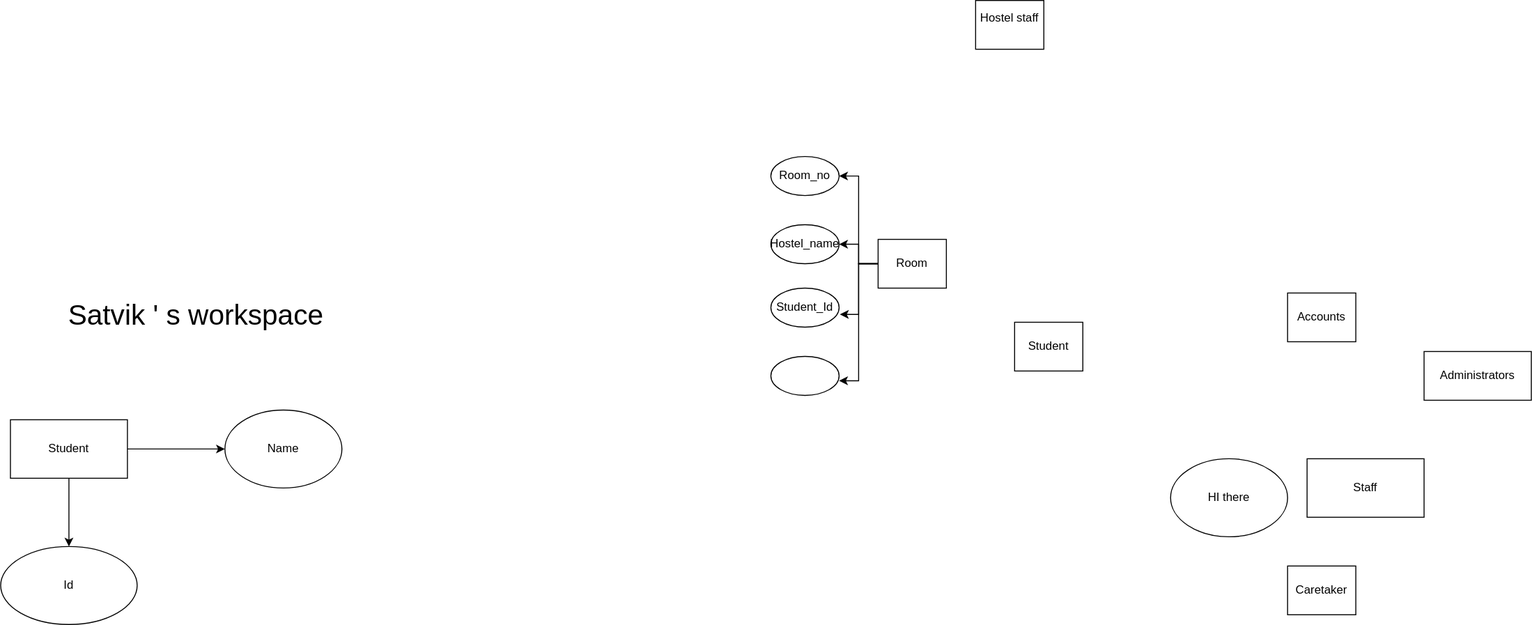
This is hostel_management.drawio.svg from Zeven100/hostel_management, a draw.io export, as it was before one commit. Source tidied: cells renumbered, new cells last; positions are measured from the earlier drawing's top-left corner, leaving out a move shared by most shapes.
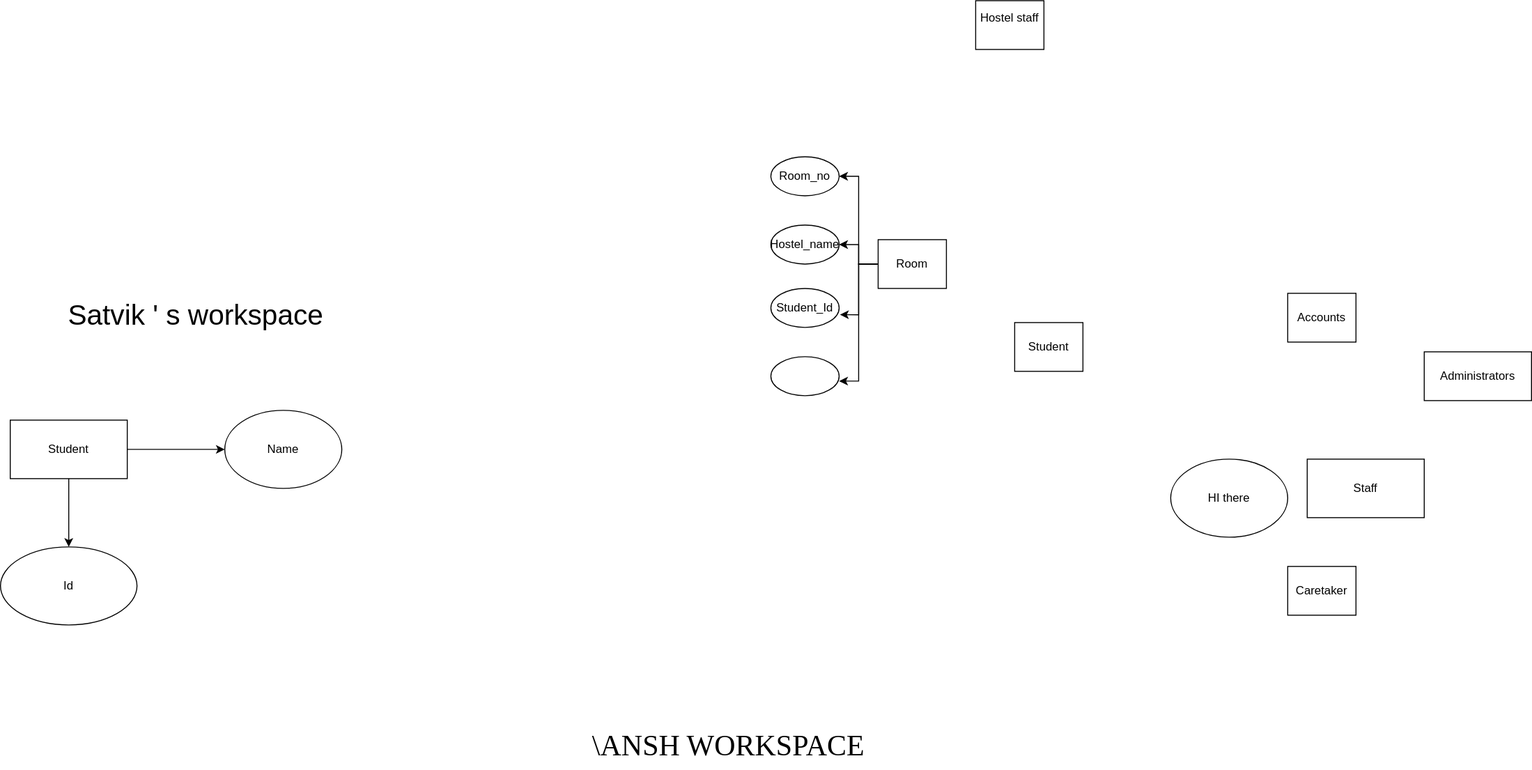
After the commit.

Diff of the diagram source:
```diff
@@ -68,5 +68,8 @@
     <mxCell id="23" value="Id" style="ellipse;whiteSpace=wrap;html=1;rounded=0;" parent="1" vertex="1">
       <mxGeometry y="560" width="140" height="80" as="geometry" />
     </mxCell>
+    <mxCell id="24" value="\ANSH WORKSPACE&amp;nbsp;" style="text;html=1;align=center;verticalAlign=middle;strokeColor=none;fillColor=none;fontSize=30;fontFamily=Lucida Console;" parent="1" vertex="1">
+      <mxGeometry x="595" y="738" width="310" height="50" as="geometry" />
+    </mxCell>
   </root>
 </mxGraphModel>
```
